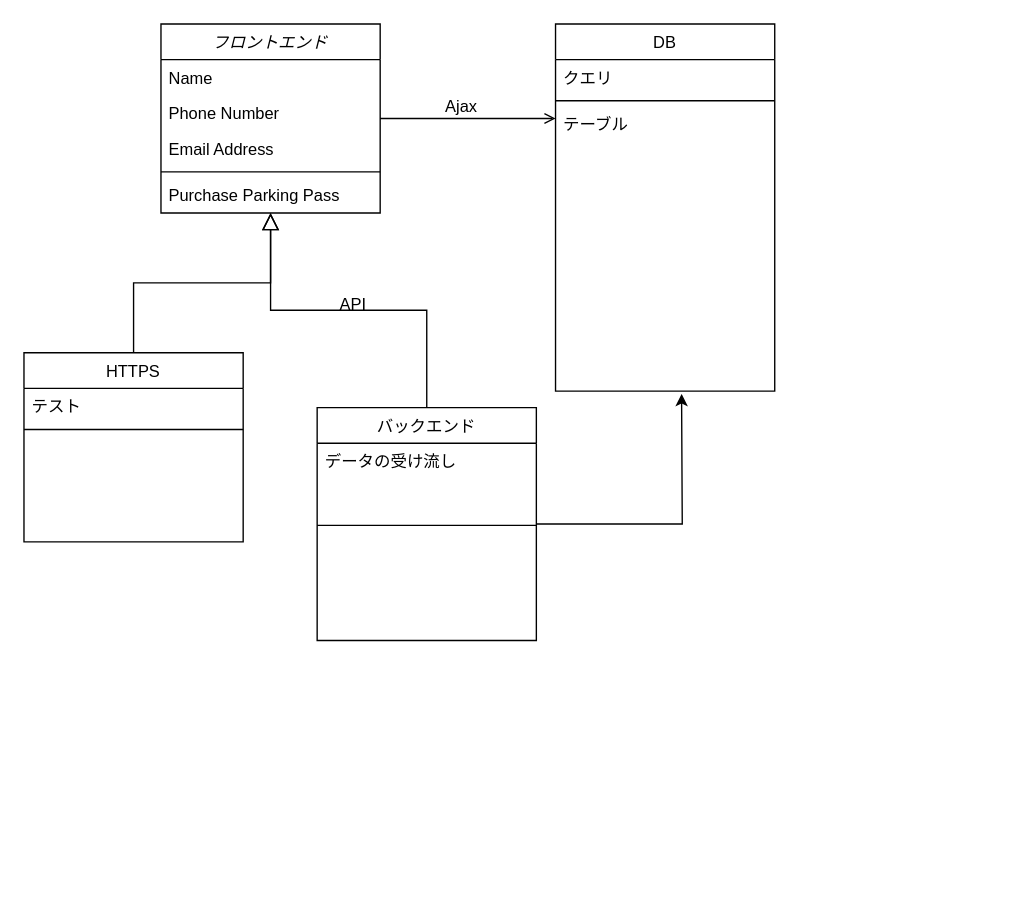
The draw.io diagram webアプリ設計.drawio in code-polaris044/mavs-task, before the edit. Source tidied: cells renumbered, new cells numbered last; positions are measured from the earlier drawing's top-left corner, leaving out a move shared by most shapes. Both pictures are drawn from the tidied source at 137%, with x=0, y=0 at pixel (23, 23).
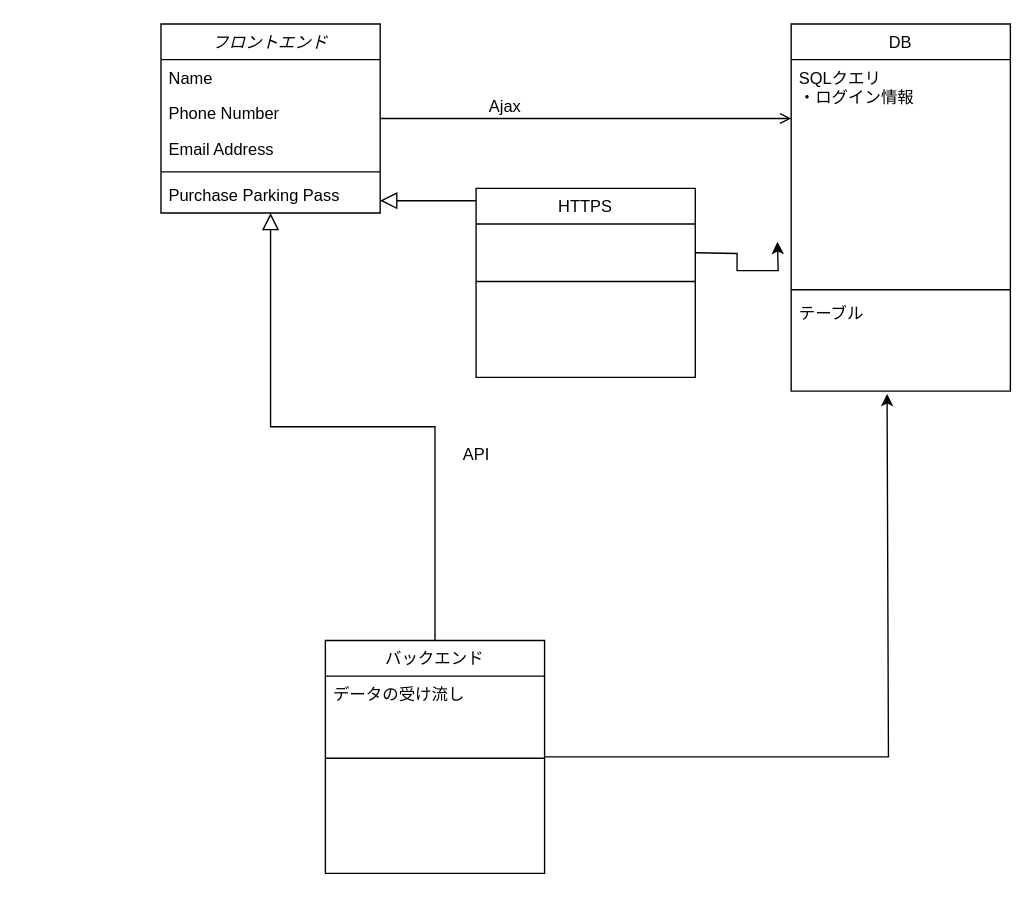
The same diagram, later.

Commit message (it also covers changes not shown here):
webアプリ設計.drawio を更新します

The change refers to these unchanged cells:
```xml
<mxCell id="21" style="endArrow=open;shadow=0;strokeWidth=1;rounded=0;endFill=1;edgeStyle=elbowEdgeStyle;elbow=vertical;" parent="1" edge="1" source="2" target="17">
  <mxGeometry x="0.5" y="41" relative="1" as="geometry">
    <mxPoint x="-40" y="32" as="offset" />
  </mxGeometry>
</mxCell>
```

The edit, as a diff of the source:
```diff
@@
     <mxCell id="8" value="HTTPS" style="swimlane;fontStyle=0;align=center;verticalAlign=top;horizontal=1;startSize=26;rounded=0;shadow=0;strokeWidth=1;" parent="1" vertex="1">
-      <mxGeometry y="240" width="160" height="138" as="geometry" />
+      <mxGeometry x="330" y="120" width="160" height="138" as="geometry" />
     </mxCell>
-    <mxCell id="9" value="テスト" style="text;align=left;verticalAlign=top;spacingLeft=4;spacingRight=4;overflow=hidden;rounded=0;shadow=0;html=0;" parent="8" vertex="1">
-      <mxGeometry y="26" width="160" height="26" as="geometry" />
-    </mxCell>
+    <mxCell id="25" style="edgeStyle=orthogonalEdgeStyle;rounded=0;orthogonalLoop=1;jettySize=auto;html=1;" parent="8" edge="1">
+      <mxGeometry relative="1" as="geometry">
+        <mxPoint x="160" y="47" as="sourcePoint" />
+        <mxPoint x="220" y="39" as="targetPoint" />
+      </mxGeometry>
+    </mxCell>
     <mxCell id="10" style="line;html=1;strokeWidth=1;align=left;verticalAlign=middle;spacingTop=-1;spacingLeft=3;spacingRight=3;labelPosition=right;" parent="8" vertex="1">
-      <mxGeometry y="52" width="160" height="8" as="geometry" />
+      <mxGeometry y="26" width="160" height="84" as="geometry" />
     </mxCell>
@@
-    <mxCell id="12" style="edgeStyle=orthogonalEdgeStyle;rounded=0;jettySize=auto;html=1;" parent="1" edge="1" source="13">
+    <mxCell id="12" style="edgeStyle=orthogonalEdgeStyle;rounded=0;jettySize=auto;html=1;exitX=1;exitY=0.5;exitDx=0;exitDy=0;" parent="1" edge="1" source="13">
       <mxGeometry relative="1" as="geometry">
-        <mxPoint x="480" y="270" as="targetPoint" />
+        <mxPoint x="630" y="270" as="targetPoint" />
+        <Array as="points">
+          <mxPoint x="631" y="535" />
+        </Array>
       </mxGeometry>
     </mxCell>
     <mxCell id="13" value="バックエンド" style="swimlane;fontStyle=0;align=center;verticalAlign=top;horizontal=1;startSize=26;rounded=0;shadow=0;strokeWidth=1;" parent="1" vertex="1">
-      <mxGeometry x="214" y="280" width="160" height="170" as="geometry" />
+      <mxGeometry x="220" y="450" width="160" height="170" as="geometry" />
     </mxCell>
@@
     <mxCell id="17" value="DB" style="swimlane;fontStyle=0;align=center;verticalAlign=top;horizontal=1;startSize=26;rounded=0;shadow=0;strokeWidth=1;" parent="1" vertex="1">
-      <mxGeometry x="388" width="160" height="268" as="geometry" />
+      <mxGeometry x="560" width="160" height="268" as="geometry" />
     </mxCell>
-    <mxCell id="18" value="クエリ" style="text;align=left;verticalAlign=top;spacingLeft=4;spacingRight=4;overflow=hidden;" parent="17" vertex="1">
-      <mxGeometry y="26" width="160" height="26" as="geometry" />
+    <mxCell id="18" value="SQLクエリ&#10;・ログイン情報&#10;" style="text;align=left;verticalAlign=top;spacingLeft=4;spacingRight=4;overflow=hidden;" parent="17" vertex="1">
+      <mxGeometry y="26" width="160" height="164" as="geometry" />
     </mxCell>
     <mxCell id="19" style="line;html=1;strokeWidth=1;align=left;verticalAlign=middle;spacingTop=-1;spacingLeft=3;spacingRight=3;labelPosition=right;" parent="17" vertex="1">
-      <mxGeometry y="52" width="160" height="8" as="geometry" />
+      <mxGeometry y="190" width="160" height="8" as="geometry" />
     </mxCell>
     <mxCell id="20" value="テーブル" style="text;align=left;verticalAlign=top;spacingLeft=4;spacingRight=4;overflow=hidden;" parent="17" vertex="1">
-      <mxGeometry y="60" width="160" height="26" as="geometry" />
+      <mxGeometry y="198" width="160" height="26" as="geometry" />
     </mxCell>
@@
     <mxCell id="23" value="Ajax" style="text;html=1;align=center;verticalAlign=middle;labelBackgroundColor=none;rounded=0;shadow=0;strokeWidth=1;fontSize=12;" parent="21" vertex="1">
       <mxGeometry x="0.5" y="49" relative="1" as="geometry">
-        <mxPoint x="-38" y="40" as="offset" />
+        <mxPoint x="-135" y="40" as="offset" />
       </mxGeometry>
     </mxCell>
     <mxCell id="24" value="API" style="text;html=1;align=center;verticalAlign=middle;strokeColor=none;fillColor=none;" parent="1" vertex="1">
-      <mxGeometry x="220" y="190" width="40" height="30" as="geometry" />
+      <mxGeometry x="310" y="300" width="40" height="30" as="geometry" />
     </mxCell>
```
